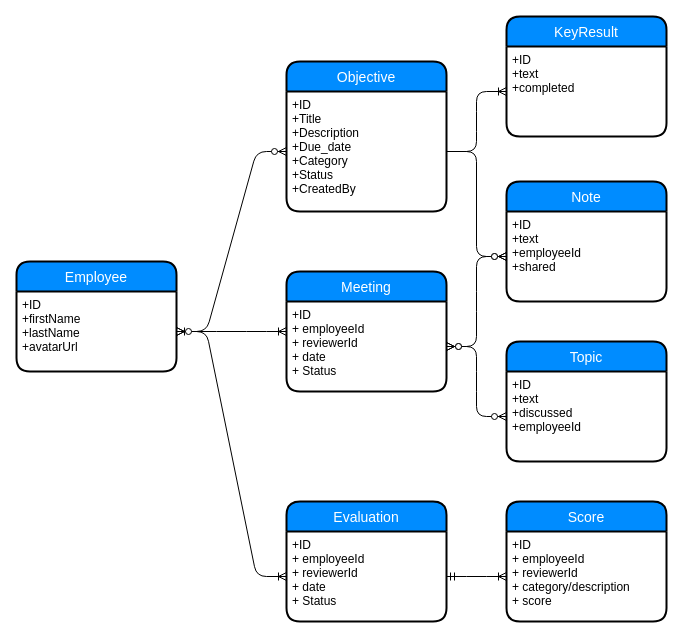
This is Untitled Diagram.drawio from SekibOmazic/.emacs.d, a draw.io file, before an edit. Source tidied: cells renumbered, new cells numbered last; positions are measured from the earlier drawing's top-left corner, leaving out a move shared by most shapes. Both pictures are drawn from the tidied source at 100%, with x=0, y=0 at pixel (16, 16).
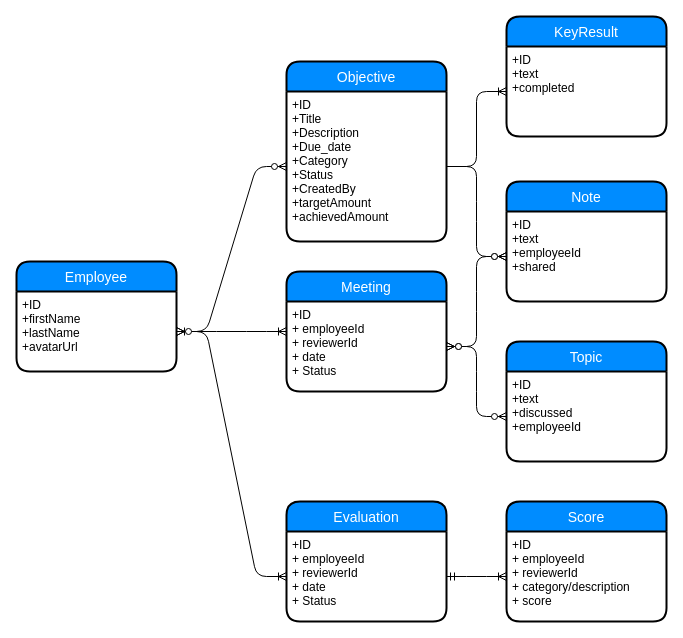
Above is the later version.

The edit, as a diff of the source:
```diff
@@
     <mxCell id="2" value="Objective" style="swimlane;horizontal=1;startSize=30;fillColor=#008cff;fontColor=#FFFFFF;rounded=1;fontSize=14;fontStyle=0;strokeWidth=2;shadow=0;dashed=0;align=center;" parent="1" vertex="1">
-      <mxGeometry x="270" y="45" width="160" height="150" as="geometry" />
+      <mxGeometry x="270" y="45" width="160" height="180" as="geometry" />
     </mxCell>
-    <mxCell id="3" value="+ID&#10;+Title&#10;+Description&#10;+Due_date&#10;+Category&#10;+Status&#10;+CreatedBy" style="align=left;strokeColor=none;fillColor=none;spacingLeft=4;fontSize=12;verticalAlign=top;" parent="2" vertex="1">
-      <mxGeometry y="30" width="160" height="120" as="geometry" />
+    <mxCell id="3" value="+ID&#10;+Title&#10;+Description&#10;+Due_date&#10;+Category&#10;+Status&#10;+CreatedBy&#10;+targetAmount&#10;+achievedAmount&#10;" style="align=left;strokeColor=none;fillColor=none;spacingLeft=4;fontSize=12;verticalAlign=top;" parent="2" vertex="1">
+      <mxGeometry y="30" width="160" height="150" as="geometry" />
     </mxCell>
```
